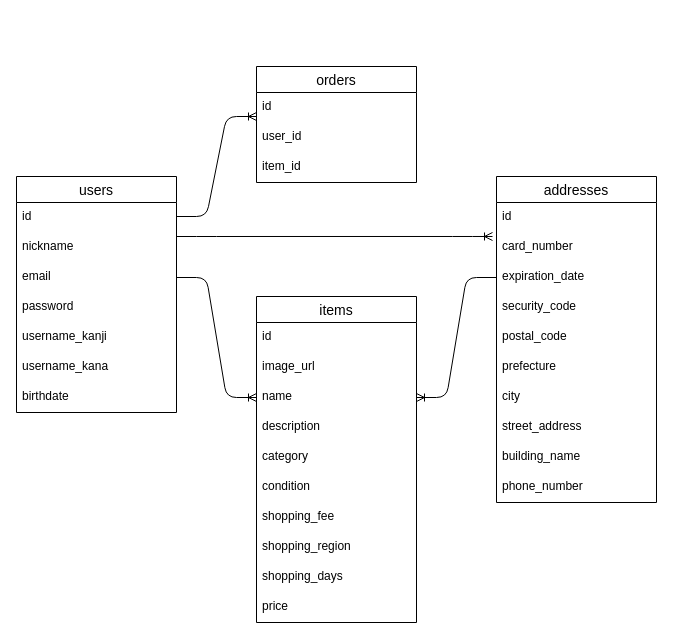
Before: er.dio in chorori/furima-39265, a draw.io diagram. Source tidied: cells renumbered, new cells numbered last; positions are measured from the earlier drawing's top-left corner, leaving out a move shared by most shapes. Both pictures are drawn from the tidied source at 100%, with x=0, y=0 at pixel (16, 66).
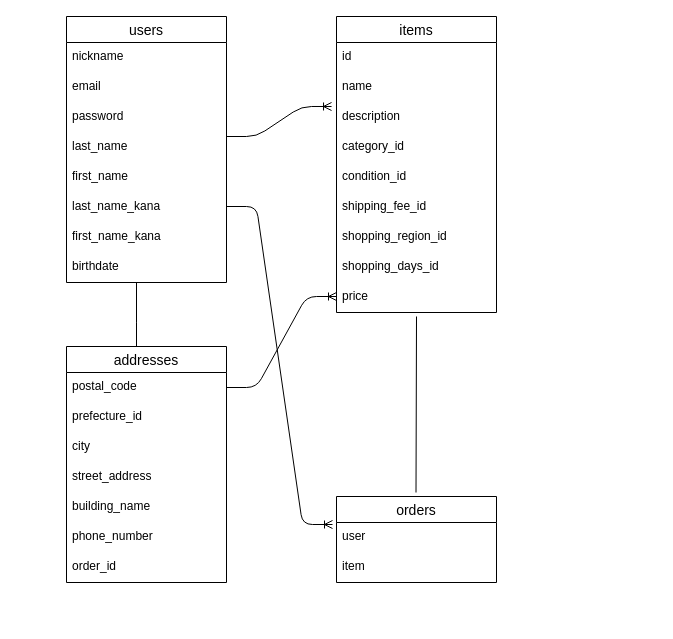
The same diagram, later.

Commit message (it also covers changes not shown here):
ER図、READMEの修正

The edit, as a diff of the source:
```diff
@@
     <mxCell id="2" value="users" style="swimlane;fontStyle=0;horizontal=1;startSize=26;align=center;fontSize=14;" parent="1" vertex="1">
-      <mxGeometry y="110" width="160" height="236" as="geometry" />
+      <mxGeometry x="50" y="-50" width="160" height="266" as="geometry" />
     </mxCell>
-    <mxCell id="3" value="id" style="text;strokeColor=none;fillColor=none;spacingLeft=4;spacingRight=4;overflow=hidden;fontSize=12;" parent="2" vertex="1">
-      <mxGeometry y="26" width="160" height="30" as="geometry" />
-    </mxCell>
     <mxCell id="4" value="nickname" style="text;strokeColor=none;fillColor=none;spacingLeft=4;spacingRight=4;overflow=hidden;fontSize=12;" parent="2" vertex="1">
-      <mxGeometry y="56" width="160" height="30" as="geometry" />
+      <mxGeometry y="26" width="160" height="30" as="geometry" />
     </mxCell>
     <mxCell id="5" value="email" style="text;strokeColor=none;fillColor=none;spacingLeft=4;spacingRight=4;overflow=hidden;points=[[0,0.5],[1,0.5]];portConstraint=eastwest;fontSize=12;" parent="2" vertex="1">
-      <mxGeometry y="86" width="160" height="30" as="geometry" />
+      <mxGeometry y="56" width="160" height="30" as="geometry" />
     </mxCell>
     <mxCell id="6" value="password" style="text;strokeColor=none;fillColor=none;spacingLeft=4;spacingRight=4;overflow=hidden;fontSize=12;" parent="2" vertex="1">
-      <mxGeometry y="116" width="160" height="30" as="geometry" />
+      <mxGeometry y="86" width="160" height="30" as="geometry" />
     </mxCell>
+    <mxCell id="40" value="last_name" style="text;strokeColor=none;fillColor=none;spacingLeft=4;spacingRight=4;overflow=hidden;fontSize=12;" parent="2" vertex="1">
+      <mxGeometry y="116" width="160" height="30" as="geometry" />
+    </mxCell>
-    <mxCell id="7" value="username_kanji" style="text;strokeColor=none;fillColor=none;spacingLeft=4;spacingRight=4;overflow=hidden;fontSize=12;" parent="2" vertex="1">
+    <mxCell id="7" value="first_name" style="text;strokeColor=none;fillColor=none;spacingLeft=4;spacingRight=4;overflow=hidden;fontSize=12;" parent="2" vertex="1">
       <mxGeometry y="146" width="160" height="30" as="geometry" />
     </mxCell>
-    <mxCell id="8" value="username_kana" style="text;strokeColor=none;fillColor=none;spacingLeft=4;spacingRight=4;overflow=hidden;fontSize=12;" parent="2" vertex="1">
+    <mxCell id="8" value="last_name_kana" style="text;strokeColor=none;fillColor=none;spacingLeft=4;spacingRight=4;overflow=hidden;fontSize=12;" parent="2" vertex="1">
       <mxGeometry y="176" width="160" height="30" as="geometry" />
     </mxCell>
-    <mxCell id="9" value="birthdate" style="text;strokeColor=none;fillColor=none;spacingLeft=4;spacingRight=4;overflow=hidden;fontSize=12;" parent="2" vertex="1">
+    <mxCell id="9" value="first_name_kana" style="text;strokeColor=none;fillColor=none;spacingLeft=4;spacingRight=4;overflow=hidden;fontSize=12;" parent="2" vertex="1">
       <mxGeometry y="206" width="160" height="30" as="geometry" />
     </mxCell>
+    <mxCell id="41" value="birthdate" style="text;strokeColor=none;fillColor=none;spacingLeft=4;spacingRight=4;overflow=hidden;fontSize=12;" parent="2" vertex="1">
+      <mxGeometry y="236" width="160" height="30" as="geometry" />
+    </mxCell>
     <mxCell id="10" value="items" style="swimlane;fontStyle=0;horizontal=1;startSize=26;align=center;fontSize=14;" parent="1" vertex="1">
-      <mxGeometry x="240" y="230" width="160" height="326" as="geometry" />
+      <mxGeometry x="320" y="-50" width="160" height="296" as="geometry" />
     </mxCell>
@@
-    <mxCell id="12" value="image_url" style="text;strokeColor=none;fillColor=none;spacingLeft=4;spacingRight=4;overflow=hidden;fontSize=12;" parent="10" vertex="1">
-      <mxGeometry y="56" width="160" height="30" as="geometry" />
-    </mxCell>
     <mxCell id="13" value="name" style="text;strokeColor=none;fillColor=none;spacingLeft=4;spacingRight=4;overflow=hidden;points=[[0,0.5],[1,0.5]];portConstraint=eastwest;fontSize=12;" parent="10" vertex="1">
-      <mxGeometry y="86" width="160" height="30" as="geometry" />
+      <mxGeometry y="56" width="160" height="30" as="geometry" />
     </mxCell>
     <mxCell id="14" value="description" style="text;strokeColor=none;fillColor=none;spacingLeft=4;spacingRight=4;overflow=hidden;points=[[0,0.5],[1,0.5]];portConstraint=eastwest;fontSize=12;" parent="10" vertex="1">
-      <mxGeometry y="116" width="160" height="30" as="geometry" />
+      <mxGeometry y="86" width="160" height="30" as="geometry" />
     </mxCell>
-    <mxCell id="15" value="category" style="text;strokeColor=none;fillColor=none;spacingLeft=4;spacingRight=4;overflow=hidden;fontSize=12;" parent="10" vertex="1">
-      <mxGeometry y="146" width="160" height="30" as="geometry" />
+    <mxCell id="15" value="category_id" style="text;strokeColor=none;fillColor=none;spacingLeft=4;spacingRight=4;overflow=hidden;fontSize=12;" parent="10" vertex="1">
+      <mxGeometry y="116" width="160" height="30" as="geometry" />
     </mxCell>
-    <mxCell id="16" value="condition" style="text;strokeColor=none;fillColor=none;spacingLeft=4;spacingRight=4;overflow=hidden;fontSize=12;" parent="10" vertex="1">
-      <mxGeometry y="176" width="160" height="30" as="geometry" />
+    <mxCell id="16" value="condition_id" style="text;strokeColor=none;fillColor=none;spacingLeft=4;spacingRight=4;overflow=hidden;fontSize=12;" parent="10" vertex="1">
+      <mxGeometry y="146" width="160" height="30" as="geometry" />
     </mxCell>
-    <mxCell id="17" value="shopping_fee" style="text;strokeColor=none;fillColor=none;spacingLeft=4;spacingRight=4;overflow=hidden;fontSize=12;" parent="10" vertex="1">
-      <mxGeometry y="206" width="160" height="30" as="geometry" />
+    <mxCell id="17" value="shipping_fee_id" style="text;strokeColor=none;fillColor=none;spacingLeft=4;spacingRight=4;overflow=hidden;fontSize=12;" parent="10" vertex="1">
+      <mxGeometry y="176" width="160" height="30" as="geometry" />
     </mxCell>
-    <mxCell id="18" value="shopping_region" style="text;strokeColor=none;fillColor=none;spacingLeft=4;spacingRight=4;overflow=hidden;fontSize=12;" parent="10" vertex="1">
-      <mxGeometry y="236" width="160" height="30" as="geometry" />
+    <mxCell id="18" value="shopping_region_id" style="text;strokeColor=none;fillColor=none;spacingLeft=4;spacingRight=4;overflow=hidden;fontSize=12;" parent="10" vertex="1">
+      <mxGeometry y="206" width="160" height="30" as="geometry" />
     </mxCell>
-    <mxCell id="19" value="shopping_days" style="text;strokeColor=none;fillColor=none;spacingLeft=4;spacingRight=4;overflow=hidden;fontSize=12;" parent="10" vertex="1">
-      <mxGeometry y="266" width="160" height="30" as="geometry" />
+    <mxCell id="19" value="shopping_days_id" style="text;strokeColor=none;fillColor=none;spacingLeft=4;spacingRight=4;overflow=hidden;fontSize=12;" parent="10" vertex="1">
+      <mxGeometry y="236" width="160" height="30" as="geometry" />
     </mxCell>
     <mxCell id="20" value="price" style="text;strokeColor=none;fillColor=none;spacingLeft=4;spacingRight=4;overflow=hidden;fontSize=12;" parent="10" vertex="1">
-      <mxGeometry y="296" width="160" height="30" as="geometry" />
+      <mxGeometry y="266" width="160" height="30" as="geometry" />
     </mxCell>
-    <mxCell id="21" style="edgeStyle=entityRelationEdgeStyle;fontSize=12;html=1;endArrow=ERoneToMany;exitX=1;exitY=0.5;exitDx=0;exitDy=0;entryX=0;entryY=0.5;entryDx=0;entryDy=0;" parent="1" edge="1" source="5" target="13">
-      <mxGeometry relative="1" as="geometry" />
-    </mxCell>
     <mxCell id="22" value="addresses" style="swimlane;fontStyle=0;horizontal=1;startSize=26;align=center;fontSize=14;" parent="1" vertex="1">
-      <mxGeometry x="480" y="110" width="160" height="326" as="geometry" />
+      <mxGeometry x="50" y="280" width="160" height="236" as="geometry" />
     </mxCell>
-    <mxCell id="23" value="id" style="text;strokeColor=none;fillColor=none;spacingLeft=4;spacingRight=4;overflow=hidden;fontSize=12;" parent="22" vertex="1">
-      <mxGeometry y="26" width="160" height="30" as="geometry" />
-    </mxCell>
-    <mxCell id="24" value="card_number" style="text;strokeColor=none;fillColor=none;spacingLeft=4;spacingRight=4;overflow=hidden;points=[[0,0.5],[1,0.5]];portConstraint=eastwest;fontSize=12;" parent="22" vertex="1">
-      <mxGeometry y="56" width="160" height="30" as="geometry" />
-    </mxCell>
-    <mxCell id="25" value="expiration_date" style="text;strokeColor=none;fillColor=none;spacingLeft=4;spacingRight=4;overflow=hidden;points=[[0,0.5],[1,0.5]];portConstraint=eastwest;fontSize=12;" parent="22" vertex="1">
-      <mxGeometry y="86" width="160" height="30" as="geometry" />
-    </mxCell>
-    <mxCell id="26" value="security_code" style="text;strokeColor=none;fillColor=none;spacingLeft=4;spacingRight=4;overflow=hidden;fontSize=12;" parent="22" vertex="1">
-      <mxGeometry y="116" width="160" height="30" as="geometry" />
-    </mxCell>
     <mxCell id="27" value="postal_code" style="text;strokeColor=none;fillColor=none;spacingLeft=4;spacingRight=4;overflow=hidden;fontSize=12;" parent="22" vertex="1">
-      <mxGeometry y="146" width="160" height="30" as="geometry" />
+      <mxGeometry y="26" width="160" height="30" as="geometry" />
     </mxCell>
-    <mxCell id="28" value="prefecture" style="text;strokeColor=none;fillColor=none;spacingLeft=4;spacingRight=4;overflow=hidden;fontSize=12;" parent="22" vertex="1">
-      <mxGeometry y="176" width="160" height="30" as="geometry" />
+    <mxCell id="28" value="prefecture_id" style="text;strokeColor=none;fillColor=none;spacingLeft=4;spacingRight=4;overflow=hidden;fontSize=12;" parent="22" vertex="1">
+      <mxGeometry y="56" width="160" height="30" as="geometry" />
     </mxCell>
     <mxCell id="29" value="city" style="text;strokeColor=none;fillColor=none;spacingLeft=4;spacingRight=4;overflow=hidden;fontSize=12;" parent="22" vertex="1">
-      <mxGeometry y="206" width="160" height="30" as="geometry" />
+      <mxGeometry y="86" width="160" height="30" as="geometry" />
     </mxCell>
     <mxCell id="30" value="street_address" style="text;strokeColor=none;fillColor=none;spacingLeft=4;spacingRight=4;overflow=hidden;fontSize=12;" parent="22" vertex="1">
-      <mxGeometry y="236" width="160" height="30" as="geometry" />
+      <mxGeometry y="116" width="160" height="30" as="geometry" />
     </mxCell>
     <mxCell id="31" value="building_name" style="text;strokeColor=none;fillColor=none;spacingLeft=4;spacingRight=4;overflow=hidden;fontSize=12;" parent="22" vertex="1">
-      <mxGeometry y="266" width="160" height="30" as="geometry" />
+      <mxGeometry y="146" width="160" height="30" as="geometry" />
     </mxCell>
     <mxCell id="32" value="phone_number" style="text;strokeColor=none;fillColor=none;spacingLeft=4;spacingRight=4;overflow=hidden;fontSize=12;" parent="22" vertex="1">
-      <mxGeometry y="296" width="160" height="30" as="geometry" />
+      <mxGeometry y="176" width="160" height="30" as="geometry" />
     </mxCell>
+    <mxCell id="42" value="order_id" style="text;strokeColor=none;fillColor=none;spacingLeft=4;spacingRight=4;overflow=hidden;fontSize=12;" parent="22" vertex="1">
+      <mxGeometry y="206" width="160" height="30" as="geometry" />
+    </mxCell>
     <mxCell id="33" value="orders" style="swimlane;fontStyle=0;horizontal=1;startSize=26;align=center;fontSize=14;" parent="1" vertex="1">
-      <mxGeometry x="240" width="160" height="116" as="geometry" />
+      <mxGeometry x="320" y="430" width="160" height="86" as="geometry" />
     </mxCell>
-    <mxCell id="34" value="id" style="text;strokeColor=none;fillColor=none;spacingLeft=4;spacingRight=4;overflow=hidden;fontSize=12;" parent="33" vertex="1">
-      <mxGeometry y="26" width="160" height="30" as="geometry" />
-    </mxCell>
-    <mxCell id="35" value="user_id" style="text;strokeColor=none;fillColor=none;spacingLeft=4;spacingRight=4;overflow=hidden;points=[[0,0.5],[1,0.5]];portConstraint=eastwest;fontSize=12;" parent="33" vertex="1">
-      <mxGeometry y="56" width="160" height="30" as="geometry" />
+    <mxCell id="35" value="user" style="text;strokeColor=none;fillColor=none;spacingLeft=4;spacingRight=4;overflow=hidden;points=[[0,0.5],[1,0.5]];portConstraint=eastwest;fontSize=12;" parent="33" vertex="1">
+      <mxGeometry y="26" width="160" height="30" as="geometry" />
     </mxCell>
-    <mxCell id="36" value="item_id" style="text;strokeColor=none;fillColor=none;spacingLeft=4;spacingRight=4;overflow=hidden;fontSize=12;" parent="33" vertex="1">
-      <mxGeometry y="86" width="160" height="30" as="geometry" />
+    <mxCell id="36" value="item" style="text;strokeColor=none;fillColor=none;spacingLeft=4;spacingRight=4;overflow=hidden;fontSize=12;" parent="33" vertex="1">
+      <mxGeometry y="56" width="160" height="30" as="geometry" />
     </mxCell>
-    <mxCell id="37" style="edgeStyle=entityRelationEdgeStyle;fontSize=12;html=1;endArrow=ERoneToMany;entryX=1;entryY=0.5;entryDx=0;entryDy=0;exitX=0;exitY=0.5;exitDx=0;exitDy=0;" parent="1" edge="1" source="25" target="13">
-      <mxGeometry relative="1" as="geometry" />
-    </mxCell>
-    <mxCell id="38" style="edgeStyle=entityRelationEdgeStyle;fontSize=12;html=1;endArrow=ERoneToMany;entryX=-0.025;entryY=0.133;entryDx=0;entryDy=0;entryPerimeter=0;" parent="1" edge="1" target="24">
-      <mxGeometry relative="1" as="geometry">
-        <mxPoint x="160" y="170" as="sourcePoint" />
-      </mxGeometry>
-    </mxCell>
-    <mxCell id="39" style="edgeStyle=entityRelationEdgeStyle;fontSize=12;html=1;endArrow=ERoneToMany;" parent="1" edge="1">
-      <mxGeometry relative="1" as="geometry">
-        <mxPoint x="160" y="150" as="sourcePoint" />
-        <mxPoint x="240" y="50" as="targetPoint" />
-      </mxGeometry>
-    </mxCell>
+    <mxCell id="43" style="edgeStyle=entityRelationEdgeStyle;fontSize=12;html=1;endArrow=ERoneToMany;entryX=-0.031;entryY=0.133;entryDx=0;entryDy=0;entryPerimeter=0;" parent="1" edge="1" target="14">
+      <mxGeometry relative="1" as="geometry">
+        <mxPoint x="210" y="70" as="sourcePoint" />
+      </mxGeometry>
+    </mxCell>
+    <mxCell id="44" style="edgeStyle=entityRelationEdgeStyle;fontSize=12;html=1;endArrow=ERoneToMany;exitX=1;exitY=0.5;exitDx=0;exitDy=0;" parent="1" edge="1">
+      <mxGeometry relative="1" as="geometry">
+        <mxPoint x="210" y="321" as="sourcePoint" />
+        <mxPoint x="320" y="230" as="targetPoint" />
+      </mxGeometry>
+    </mxCell>
+    <mxCell id="45" style="endArrow=none;html=1;rounded=0;" parent="1" edge="1">
+      <mxGeometry relative="1" as="geometry">
+        <mxPoint x="120" y="256" as="sourcePoint" />
+        <mxPoint x="120" y="216" as="targetPoint" />
+        <Array as="points">
+          <mxPoint x="120" y="280" />
+          <mxPoint x="120" y="256" />
+        </Array>
+      </mxGeometry>
+    </mxCell>
+    <mxCell id="46" style="endArrow=none;html=1;rounded=0;" parent="1" edge="1">
+      <mxGeometry relative="1" as="geometry">
+        <mxPoint x="399.5" y="426" as="sourcePoint" />
+        <mxPoint x="400" y="250" as="targetPoint" />
+      </mxGeometry>
+    </mxCell>
+    <mxCell id="47" style="edgeStyle=entityRelationEdgeStyle;fontSize=12;html=1;endArrow=ERoneToMany;entryX=-0.025;entryY=0.067;entryDx=0;entryDy=0;entryPerimeter=0;" parent="1" edge="1" target="35">
+      <mxGeometry relative="1" as="geometry">
+        <mxPoint x="210" y="140" as="sourcePoint" />
+      </mxGeometry>
+    </mxCell>
```
